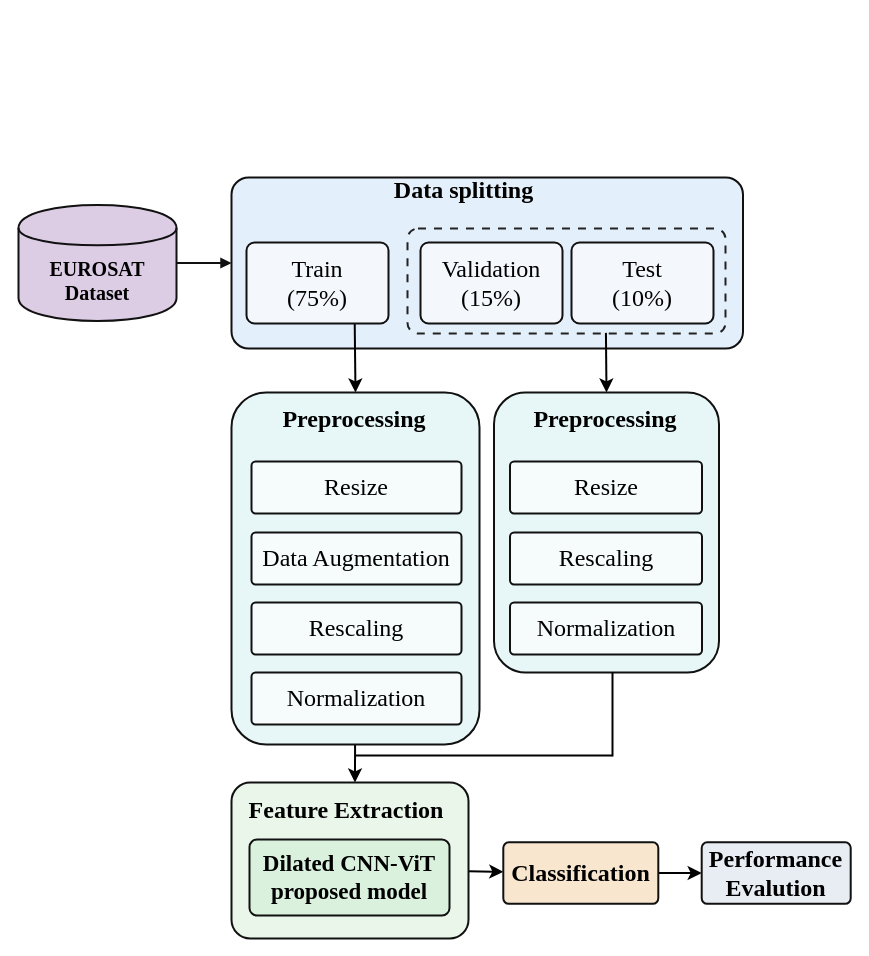
Before: glcm blk.drawio in fac010150-cyber/draw_io, a draw.io diagram. Source tidied: cells renumbered, new cells numbered last; positions are measured from the earlier drawing's top-left corner, leaving out a move shared by most shapes. Both pictures are drawn from the tidied source at 100%, with x=0, y=0 at pixel (18, 173).
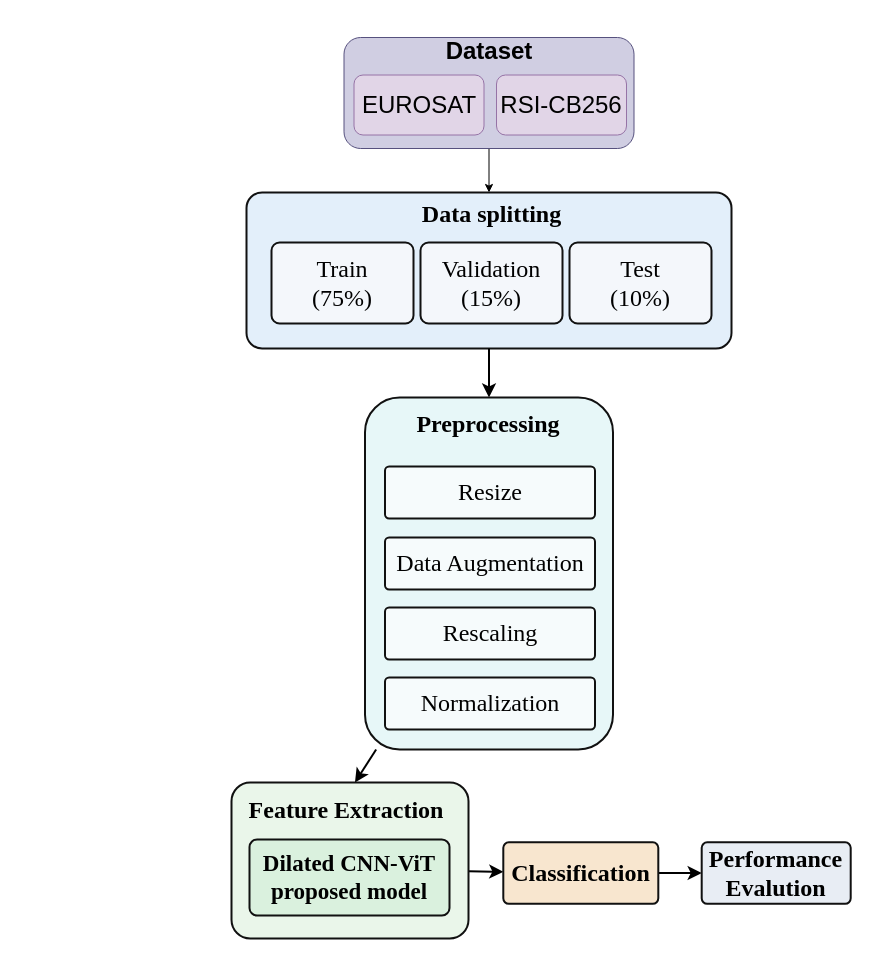
The same page after the edit.

Change to the diagram source:
```diff
@@
-    <mxCell id="2" value="EUROSAT&lt;br&gt;&lt;span&gt;Dataset&lt;/span&gt;" style="shape=cylinder;whiteSpace=wrap;html=1;boundedLbl=1;backgroundOutline=1;fillColor=#DCCCE4;strokeColor=#111111;strokeWidth=2;fontFamily=Times New Roman;fontSize=20;align=center;verticalAlign=middle;fontStyle=1;" parent="1" vertex="1">
-      <mxGeometry y="31.5" width="158" height="116" as="geometry" />
-    </mxCell>
     <mxCell id="3" style="rounded=1;whiteSpace=wrap;html=1;arcSize=10;fillColor=#E3EFFA;strokeColor=#111111;strokeWidth=2;" parent="1" vertex="1">
-      <mxGeometry x="213" y="4" width="511.5" height="171" as="geometry" />
+      <mxGeometry x="228" y="19" width="485" height="156" as="geometry" />
     </mxCell>
     <mxCell id="4" value="Data splitting" style="text;html=1;strokeColor=none;fillColor=none;align=center;verticalAlign=middle;whiteSpace=wrap;rounded=0;fontFamily=Times New Roman;fontSize=24;fontStyle=1;" parent="1" vertex="1">
-      <mxGeometry x="338" width="215" height="34" as="geometry" />
+      <mxGeometry x="365.5" y="24" width="215" height="34" as="geometry" />
     </mxCell>
-    <mxCell id="5" style="edgeStyle=none;curved=1;rounded=0;jettySize=auto;html=1;fontSize=12;startSize=8;endSize=8;entryX=0.5;entryY=0;entryDx=0;entryDy=0;exitX=0.762;exitY=0.988;exitDx=0;exitDy=0;strokeWidth=2;exitPerimeter=0;" parent="1" edge="1" source="6" target="12">
+    <mxCell id="5" style="edgeStyle=none;curved=1;rounded=0;jettySize=auto;html=1;fontSize=12;startSize=8;endSize=8;entryX=0.5;entryY=0;entryDx=0;entryDy=0;exitX=0.5;exitY=1;exitDx=0;exitDy=0;strokeWidth=2;" parent="1" edge="1" source="3" target="12">
       <mxGeometry relative="1" as="geometry" />
     </mxCell>
     <mxCell id="6" value="Train&lt;br&gt;(75%)" style="rounded=1;whiteSpace=wrap;html=1;arcSize=10;fillColor=#F4F7FB;strokeColor=#111111;strokeWidth=2;fontFamily=Times New Roman;fontSize=24;align=center;verticalAlign=middle;" parent="1" vertex="1">
-      <mxGeometry x="228" y="69" width="142" height="81" as="geometry" />
+      <mxGeometry x="253" y="69" width="142" height="81" as="geometry" />
     </mxCell>
-    <mxCell id="7" style="edgeStyle=none;curved=1;rounded=0;jettySize=auto;html=1;fontSize=12;startSize=8;endSize=8;entryX=0.5;entryY=0;entryDx=0;entryDy=0;exitX=0.624;exitY=0.994;exitDx=0;exitDy=0;exitPerimeter=0;strokeWidth=2;" parent="1" edge="1" source="8" target="18">
-      <mxGeometry relative="1" as="geometry" />
-    </mxCell>
-    <mxCell id="8" style="rounded=1;whiteSpace=wrap;html=1;arcSize=10;fillColor=none;strokeColor=#222222;strokeWidth=2;dashed=1;dashPattern=4 4;" parent="1" vertex="1">
-      <mxGeometry x="389" y="55" width="318" height="105" as="geometry" />
-    </mxCell>
@@
     <mxCell id="10" value="Test&lt;br&gt;(10%)" style="rounded=1;whiteSpace=wrap;html=1;arcSize=10;fillColor=#F4F7FB;strokeColor=#111111;strokeWidth=2;fontFamily=Times New Roman;fontSize=24;align=center;verticalAlign=middle;" parent="1" vertex="1">
-      <mxGeometry x="553" y="69" width="142" height="81" as="geometry" />
+      <mxGeometry x="551" y="69" width="142" height="81" as="geometry" />
     </mxCell>
@@
     <mxCell id="12" style="rounded=1;whiteSpace=wrap;html=1;arcSize=14;fillColor=#E7F7F8;strokeColor=#111111;strokeWidth=2;" parent="1" vertex="1">
-      <mxGeometry x="213" y="219" width="248" height="352" as="geometry" />
+      <mxGeometry x="346.5" y="224" width="248" height="352" as="geometry" />
     </mxCell>
     <mxCell id="13" value="Preprocessing" style="text;html=1;strokeColor=none;fillColor=none;align=center;verticalAlign=middle;whiteSpace=wrap;fontFamily=Times New Roman;fontSize=24;fontStyle=1;" parent="1" vertex="1">
-      <mxGeometry x="261" y="231" width="150" height="30" as="geometry" />
+      <mxGeometry x="394.5" y="236" width="150" height="30" as="geometry" />
     </mxCell>
     <mxCell id="14" value="Resize" style="rounded=1;whiteSpace=wrap;html=1;arcSize=8;fillColor=#F6FBFC;strokeColor=#111111;strokeWidth=2;fontFamily=Times New Roman;fontSize=24;align=center;verticalAlign=middle;" parent="1" vertex="1">
-      <mxGeometry x="233" y="288" width="210" height="52" as="geometry" />
+      <mxGeometry x="366.5" y="293" width="210" height="52" as="geometry" />
     </mxCell>
     <mxCell id="15" value="Data Augmentation" style="rounded=1;whiteSpace=wrap;html=1;arcSize=8;fillColor=#F6FBFC;strokeColor=#111111;strokeWidth=2;fontFamily=Times New Roman;fontSize=24;align=center;verticalAlign=middle;" parent="1" vertex="1">
-      <mxGeometry x="233" y="359" width="210" height="52" as="geometry" />
+      <mxGeometry x="366.5" y="364" width="210" height="52" as="geometry" />
     </mxCell>
     <mxCell id="16" value="Rescaling" style="rounded=1;whiteSpace=wrap;html=1;arcSize=8;fillColor=#F6FBFC;strokeColor=#111111;strokeWidth=2;fontFamily=Times New Roman;fontSize=24;align=center;verticalAlign=middle;" parent="1" vertex="1">
-      <mxGeometry x="233" y="429" width="210" height="52" as="geometry" />
+      <mxGeometry x="366.5" y="434" width="210" height="52" as="geometry" />
     </mxCell>
     <mxCell id="17" value="Normalization" style="rounded=1;whiteSpace=wrap;html=1;arcSize=8;fillColor=#F6FBFC;strokeColor=#111111;strokeWidth=2;fontFamily=Times New Roman;fontSize=24;align=center;verticalAlign=middle;" parent="1" vertex="1">
-      <mxGeometry x="233" y="499" width="210" height="52" as="geometry" />
+      <mxGeometry x="366.5" y="504" width="210" height="52" as="geometry" />
     </mxCell>
-    <mxCell id="18" style="rounded=1;whiteSpace=wrap;html=1;arcSize=14;fillColor=#E7F7F8;strokeColor=#111111;strokeWidth=2;" parent="1" vertex="1">
-      <mxGeometry x="475.5" y="219" width="225" height="280" as="geometry" />
-    </mxCell>
-    <mxCell id="19" value="Preprocessing" style="text;html=1;strokeColor=none;fillColor=none;align=center;verticalAlign=middle;whiteSpace=wrap;fontFamily=Times New Roman;fontSize=24;fontStyle=1;" parent="1" vertex="1">
-      <mxGeometry x="511.5" y="231" width="150" height="30" as="geometry" />
-    </mxCell>
-    <mxCell id="20" value="Resize" style="rounded=1;whiteSpace=wrap;html=1;arcSize=8;fillColor=#F6FBFC;strokeColor=#111111;strokeWidth=2;fontFamily=Times New Roman;fontSize=24;align=center;verticalAlign=middle;" parent="1" vertex="1">
-      <mxGeometry x="491.5" y="288" width="192" height="52" as="geometry" />
-    </mxCell>
-    <mxCell id="21" value="Rescaling" style="rounded=1;whiteSpace=wrap;html=1;arcSize=8;fillColor=#F6FBFC;strokeColor=#111111;strokeWidth=2;fontFamily=Times New Roman;fontSize=24;align=center;verticalAlign=middle;" parent="1" vertex="1">
-      <mxGeometry x="491.5" y="359" width="192" height="52" as="geometry" />
-    </mxCell>
-    <mxCell id="22" value="Normalization" style="rounded=1;whiteSpace=wrap;html=1;arcSize=8;fillColor=#F6FBFC;strokeColor=#111111;strokeWidth=2;fontFamily=Times New Roman;fontSize=24;align=center;verticalAlign=middle;" parent="1" vertex="1">
-      <mxGeometry x="491.5" y="429" width="192" height="52" as="geometry" />
-    </mxCell>
@@
-    <mxCell id="30" style="edgeStyle=orthogonalEdgeStyle;rounded=0;jettySize=auto;html=1;strokeColor=#111111;strokeWidth=2;endArrow=block;endFill=1;" parent="1" edge="1" source="2" target="3">
-      <mxGeometry relative="1" as="geometry" />
-    </mxCell>
-    <mxCell id="31" style="edgeStyle=none;orthogonalLoop=1;jettySize=auto;html=1;rounded=0;fontSize=12;startSize=8;endSize=8;curved=1;endArrow=none;endFill=0;strokeWidth=2;" parent="1" edge="1">
-      <mxGeometry relative="1" as="geometry">
-        <mxPoint x="336.3" y="582" as="sourcePoint" />
-        <mxPoint x="593.9" y="582" as="targetPoint" />
-      </mxGeometry>
-    </mxCell>
-    <mxCell id="32" style="edgeStyle=none;orthogonalLoop=1;jettySize=auto;html=1;rounded=0;fontSize=12;startSize=8;endSize=8;curved=1;endArrow=none;endFill=0;strokeWidth=2;" parent="1" edge="1">
-      <mxGeometry relative="1" as="geometry">
-        <mxPoint x="594" y="499" as="sourcePoint" />
-        <mxPoint x="594" y="583" as="targetPoint" />
-      </mxGeometry>
-    </mxCell>
+    <mxCell id="33" style="edgeStyle=orthogonalEdgeStyle;rounded=0;jettySize=auto;html=1;entryX=0.5;entryY=0;entryDx=0;entryDy=0;" parent="1" edge="1" source="34" target="3">
+      <mxGeometry relative="1" as="geometry" />
+    </mxCell>
+    <mxCell id="34" style="rounded=1;whiteSpace=wrap;html=1;roundedPerimeter=1;fillColor=#d0cee2;strokeColor=#56517e;" parent="1" vertex="1">
+      <mxGeometry x="325.5" y="-136" width="290" height="111" as="geometry" />
+    </mxCell>
+    <mxCell id="35" value="EUROSAT" style="rounded=1;whiteSpace=wrap;html=1;roundedPerimeter=1;fillColor=#e1d5e7;strokeColor=#9673a6;fontSize=24;" parent="1" vertex="1">
+      <mxGeometry x="335.5" y="-98.5" width="130" height="60" as="geometry" />
+    </mxCell>
+    <mxCell id="36" value="RSI-CB256" style="rounded=1;whiteSpace=wrap;html=1;roundedPerimeter=1;fillColor=#e1d5e7;strokeColor=#9673a6;fontSize=24;" parent="1" vertex="1">
+      <mxGeometry x="478" y="-98.5" width="130" height="60" as="geometry" />
+    </mxCell>
+    <mxCell id="37" value="&lt;span&gt;Dataset&lt;/span&gt;" style="text;html=1;whiteSpace=wrap;strokeColor=none;fillColor=none;align=center;verticalAlign=middle;rounded=0;fontSize=24;fontStyle=1;" parent="1" vertex="1">
+      <mxGeometry x="405.5" y="-156" width="130" height="67.5" as="geometry" />
+    </mxCell>
```
